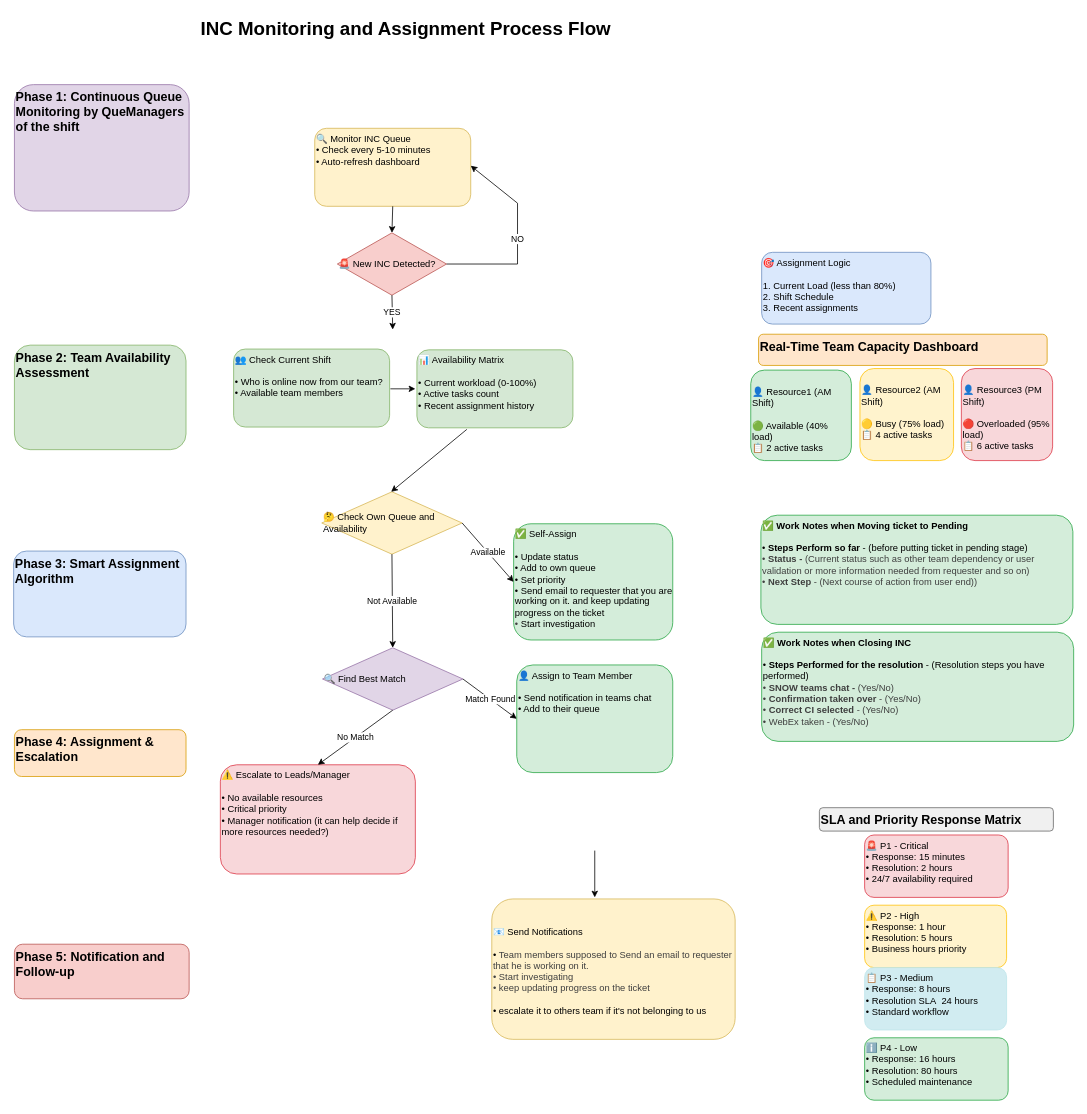
This is INC-Monitoring-Assignment.drawio from vilaswasnik/SnowINCProcess, a draw.io file, before an edit. Source tidied: cells renumbered, new cells numbered last; positions are measured from the earlier drawing's top-left corner, leaving out a move shared by most shapes. Both pictures are drawn from the tidied source at 78%, with x=0, y=0 at pixel (13, 13).
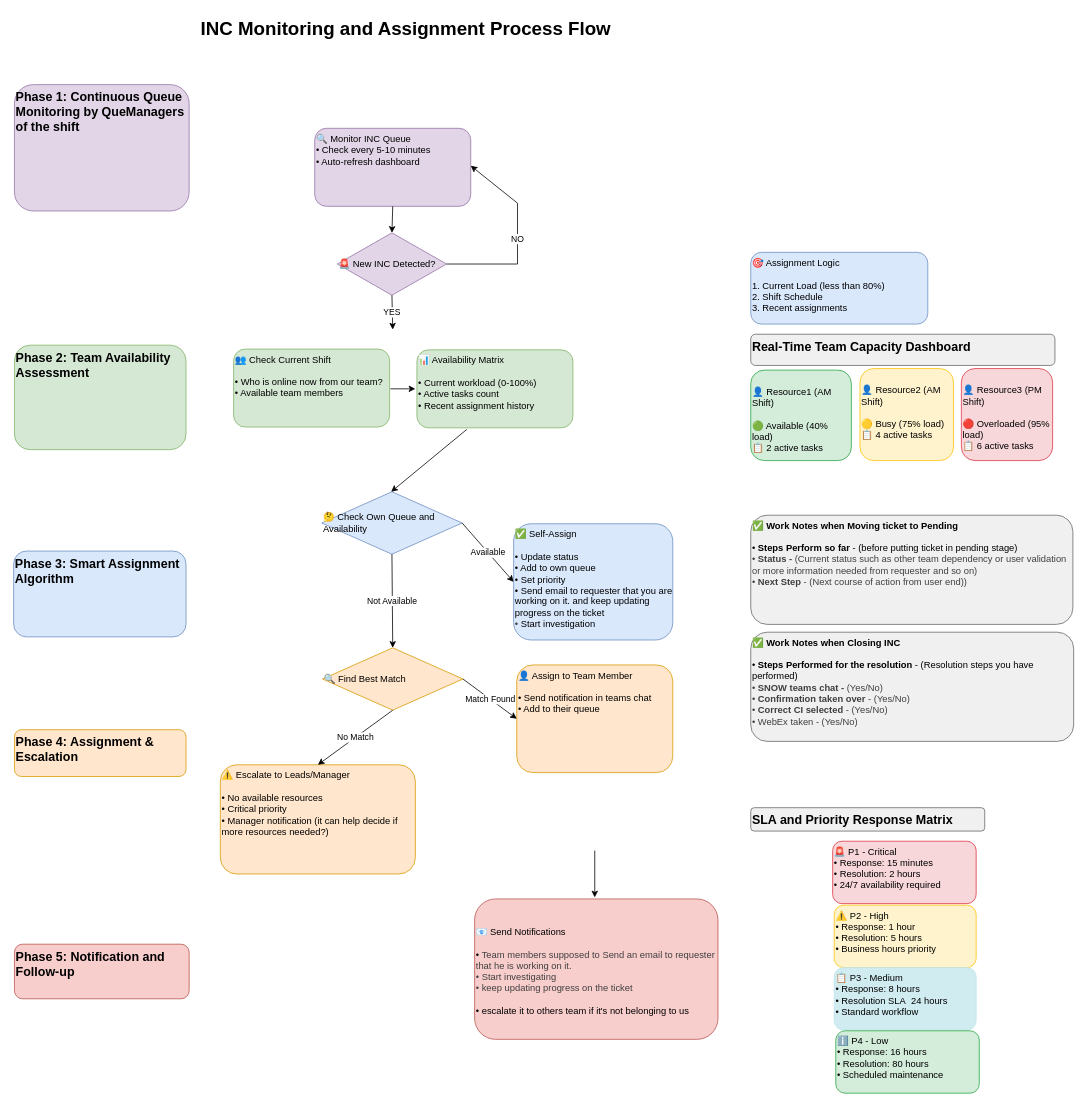
Above is the later version.

Commit message:
Align diagram colors by workflow phases

- Phase 1 (Queue Monitoring): Purple theme (#e1d5e7/#9673a6)
- Phase 2 (Team Assignment): Green theme (#d5e8d4/#82b366)
- Phase 3 (Self Check): Blue theme (#dae8fc/#6c8ebf)
- Phase 4 (Team Assignment): Orange theme (#ffe6cc/#d79b00)
- Phase 5 (Notification): Red/Pink theme (#f8cecc/#b85450)
- Reference info (work notes, SLA, capacity): Neutral gray theme (#f0f0f0/#666666)
- Team status blocks: Status-based colors (green/yellow/red for availability)

Diff of the diagram source:
```diff
@@
-    <mxCell id="4" value="🔍 Monitor INC Queue&lt;br&gt;• Check every 5-10 minutes&lt;br&gt;• Auto-refresh dashboard" style="rounded=1;whiteSpace=wrap;html=1;fillColor=#fff2cc;strokeColor=#d6b656;align=left;verticalAlign=top;" parent="1" vertex="1">
+    <mxCell id="4" value="🔍 Monitor INC Queue&lt;br&gt;• Check every 5-10 minutes&lt;br&gt;• Auto-refresh dashboard" style="rounded=1;whiteSpace=wrap;html=1;fillColor=#e1d5e7;strokeColor=#9673a6;align=left;verticalAlign=top;" parent="1" vertex="1">
       <mxGeometry x="386" y="147" width="200" height="100" as="geometry" />
     </mxCell>
-    <mxCell id="5" value="🚨 New INC Detected?" style="rhombus;whiteSpace=wrap;html=1;fillColor=#f8cecc;strokeColor=#b85450;align=left;verticalAlign=middle;" parent="1" vertex="1">
+    <mxCell id="5" value="🚨 New INC Detected?" style="rhombus;whiteSpace=wrap;html=1;fillColor=#e1d5e7;strokeColor=#9673a6;align=left;verticalAlign=middle;" parent="1" vertex="1">
       <mxGeometry x="415" y="281" width="140" height="80" as="geometry" />
     </mxCell>
@@
-    <mxCell id="10" value="🤔 Check Own Queue and Availability" style="rhombus;whiteSpace=wrap;html=1;fillColor=#fff2cc;strokeColor=#d6b656;align=left;verticalAlign=middle;" parent="1" vertex="1">
+    <mxCell id="10" value="🤔 Check Own Queue and Availability" style="rhombus;whiteSpace=wrap;html=1;fillColor=#dae8fc;strokeColor=#6c8ebf;align=left;verticalAlign=middle;" parent="1" vertex="1">
       <mxGeometry x="395" y="613" width="180" height="80" as="geometry" />
     </mxCell>
-    <mxCell id="11" value="✅ Self-Assign&lt;br&gt;&lt;br&gt;&lt;div&gt;• Update status&lt;br&gt;• Add to own queue&lt;br&gt;• Set priority&lt;br&gt;• Send email to requester that you are working on it. and keep updating progress on the ticket&amp;nbsp;&lt;/div&gt;&lt;div&gt;&lt;span style=&quot;color: rgb(63, 63, 63); background-color: transparent;&quot;&gt;•&amp;nbsp;&lt;/span&gt;Start investigation&lt;/div&gt;" style="rounded=1;whiteSpace=wrap;html=1;fillColor=#d4edda;strokeColor=#28a745;align=left;verticalAlign=top;" parent="1" vertex="1">
+    <mxCell id="11" value="✅ Self-Assign&lt;br&gt;&lt;br&gt;&lt;div&gt;• Update status&lt;br&gt;• Add to own queue&lt;br&gt;• Set priority&lt;br&gt;• Send email to requester that you are working on it. and keep updating progress on the ticket&amp;nbsp;&lt;/div&gt;&lt;div&gt;&lt;span style=&quot;color: rgb(63, 63, 63); background-color: transparent;&quot;&gt;•&amp;nbsp;&lt;/span&gt;Start investigation&lt;/div&gt;" style="rounded=1;whiteSpace=wrap;html=1;fillColor=#dae8fc;strokeColor=#6c8ebf;align=left;verticalAlign=top;" parent="1" vertex="1">
       <mxGeometry x="641" y="654" width="204" height="149" as="geometry" />
     </mxCell>
@@
-    <mxCell id="13" value="🔍 Find Best Match" style="rhombus;whiteSpace=wrap;html=1;fillColor=#e1d5e7;strokeColor=#9673a6;align=left;verticalAlign=middle;" parent="1" vertex="1">
+    <mxCell id="13" value="🔍 Find Best Match" style="rhombus;whiteSpace=wrap;html=1;fillColor=#ffe6cc;strokeColor=#d79b00;align=left;verticalAlign=middle;" parent="1" vertex="1">
       <mxGeometry x="396" y="813" width="180" height="80" as="geometry" />
     </mxCell>
@@
-    <mxCell id="15" value="👤 Assign to Team Member&lt;div&gt;&lt;font color=&quot;#000000&quot;&gt;&lt;br&gt;&lt;/font&gt;• Send notification in teams chat&lt;br&gt;• Add to their queue&lt;br&gt;&lt;/div&gt;&lt;div&gt;&lt;div style=&quot;color: rgb(63, 63, 63); scrollbar-color: rgb(226, 226, 226) rgb(251, 251, 251);&quot;&gt;&lt;br&gt;&lt;/div&gt;&lt;/div&gt;" style="rounded=1;whiteSpace=wrap;html=1;fillColor=#d4edda;strokeColor=#28a745;align=left;verticalAlign=top;" parent="1" vertex="1">
+    <mxCell id="15" value="👤 Assign to Team Member&lt;div&gt;&lt;font color=&quot;#000000&quot;&gt;&lt;br&gt;&lt;/font&gt;• Send notification in teams chat&lt;br&gt;• Add to their queue&lt;br&gt;&lt;/div&gt;&lt;div&gt;&lt;div style=&quot;color: rgb(63, 63, 63); scrollbar-color: rgb(226, 226, 226) rgb(251, 251, 251);&quot;&gt;&lt;br&gt;&lt;/div&gt;&lt;/div&gt;" style="rounded=1;whiteSpace=wrap;html=1;fillColor=#ffe6cc;strokeColor=#d79b00;align=left;verticalAlign=top;" parent="1" vertex="1">
       <mxGeometry x="645" y="835" width="200" height="138" as="geometry" />
     </mxCell>
-    <mxCell id="16" value="⚠️ Escalate to Leads/Manager&lt;div&gt;&lt;font color=&quot;#000000&quot;&gt;&lt;br&gt;&lt;/font&gt;• No available resources&lt;br&gt;• Critical priority&lt;br&gt;• Manager notification (it can help decide if more resources needed?)&lt;/div&gt;" style="rounded=1;whiteSpace=wrap;html=1;fillColor=#f8d7da;strokeColor=#dc3545;align=left;verticalAlign=top;" parent="1" vertex="1">
+    <mxCell id="16" value="⚠️ Escalate to Leads/Manager&lt;div&gt;&lt;font color=&quot;#000000&quot;&gt;&lt;br&gt;&lt;/font&gt;• No available resources&lt;br&gt;• Critical priority&lt;br&gt;• Manager notification (it can help decide if more resources needed?)&lt;/div&gt;" style="rounded=1;whiteSpace=wrap;html=1;fillColor=#ffe6cc;strokeColor=#d79b00;align=left;verticalAlign=top;" parent="1" vertex="1">
       <mxGeometry x="265" y="963" width="250" height="140" as="geometry" />
     </mxCell>
     <mxCell id="17" value="🎯 Assignment Logic&lt;div&gt;&lt;br&gt;1. Current Load (less than 80%)&lt;br&gt;2. Shift Schedule&lt;br&gt;3. Recent assignments&lt;/div&gt;" style="rounded=1;whiteSpace=wrap;html=1;fillColor=#dae8fc;strokeColor=#6c8ebf;align=left;verticalAlign=top;" parent="1" vertex="1">
-      <mxGeometry x="959" y="306" width="217" height="92" as="geometry" />
+      <mxGeometry x="945" y="306" width="227" height="92" as="geometry" />
     </mxCell>
-    <mxCell id="18" value="Real-Time Team Capacity Dashboard" style="rounded=1;whiteSpace=wrap;html=1;fontSize=16;fontStyle=1;fillColor=#ffe6cc;strokeColor=#d79b00;align=left;verticalAlign=top;" parent="1" vertex="1">
-      <mxGeometry x="955" y="411" width="370" height="40" as="geometry" />
+    <mxCell id="18" value="Real-Time Team Capacity Dashboard" style="rounded=1;whiteSpace=wrap;html=1;fontSize=16;fontStyle=1;fillColor=#f0f0f0;strokeColor=#666666;align=left;verticalAlign=top;" parent="1" vertex="1">
+      <mxGeometry x="945" y="411" width="390" height="40" as="geometry" />
     </mxCell>
@@
-    <mxCell id="23" value="&lt;div&gt;&lt;span style=&quot;background-color: transparent;&quot;&gt;&lt;br&gt;&lt;/span&gt;&lt;/div&gt;&lt;div&gt;&lt;span style=&quot;background-color: transparent;&quot;&gt;&lt;br&gt;&lt;/span&gt;&lt;/div&gt;&lt;div&gt;&lt;span style=&quot;background-color: transparent;&quot;&gt;📧 Send Notifications&lt;/span&gt;&lt;/div&gt;&lt;div&gt;&lt;font color=&quot;#000000&quot;&gt;&lt;br&gt;&lt;/font&gt;•&amp;nbsp;&lt;span style=&quot;color: rgb(63, 63, 63); background-color: transparent;&quot;&gt;Team members supposed to Send an email to requester that he is working on it.&lt;/span&gt;&lt;/div&gt;&lt;div&gt;&lt;span style=&quot;background-color: transparent; scrollbar-color: rgb(226, 226, 226) rgb(251, 251, 251); color: rgb(63, 63, 63);&quot;&gt;•&amp;nbsp;&lt;/span&gt;&lt;span style=&quot;background-color: transparent; color: rgb(63, 63, 63);&quot;&gt;Start investigating&lt;/span&gt;&lt;span style=&quot;background-color: transparent;&quot;&gt;&amp;nbsp;&lt;/span&gt;&lt;/div&gt;&lt;div&gt;&lt;span style=&quot;background-color: transparent; scrollbar-color: rgb(226, 226, 226) rgb(251, 251, 251); color: rgb(63, 63, 63);&quot;&gt;&lt;span style=&quot;color: rgb(63, 63, 63); background-color: transparent;&quot;&gt;•&amp;nbsp;&lt;/span&gt;keep updating progress on the ticket&lt;/span&gt;&lt;span style=&quot;background-color: transparent; scrollbar-color: rgb(226, 226, 226) rgb(251, 251, 251); color: rgb(63, 63, 63);&quot;&gt;&amp;nbsp;&lt;/span&gt;&lt;/div&gt;&lt;div&gt;&lt;div style=&quot;scrollbar-color: rgb(226, 226, 226) rgb(251, 251, 251); color: rgb(63, 63, 63);&quot;&gt;&lt;br&gt;&lt;/div&gt;• escalate it to others team if it's not belonging to us&lt;br&gt;&lt;br&gt;&lt;/div&gt;" style="rounded=1;whiteSpace=wrap;html=1;fillColor=#fff2cc;strokeColor=#d6b656;align=left;verticalAlign=top;" parent="1" vertex="1">
-      <mxGeometry x="613" y="1135" width="312" height="180" as="geometry" />
+    <mxCell id="23" value="&lt;div&gt;&lt;span style=&quot;background-color: transparent;&quot;&gt;&lt;br&gt;&lt;/span&gt;&lt;/div&gt;&lt;div&gt;&lt;span style=&quot;background-color: transparent;&quot;&gt;&lt;br&gt;&lt;/span&gt;&lt;/div&gt;&lt;div&gt;&lt;span style=&quot;background-color: transparent;&quot;&gt;📧 Send Notifications&lt;/span&gt;&lt;/div&gt;&lt;div&gt;&lt;font color=&quot;#000000&quot;&gt;&lt;br&gt;&lt;/font&gt;•&amp;nbsp;&lt;span style=&quot;color: rgb(63, 63, 63); background-color: transparent;&quot;&gt;Team members supposed to Send an email to requester that he is working on it.&lt;/span&gt;&lt;/div&gt;&lt;div&gt;&lt;span style=&quot;background-color: transparent; scrollbar-color: rgb(226, 226, 226) rgb(251, 251, 251); color: rgb(63, 63, 63);&quot;&gt;•&amp;nbsp;&lt;/span&gt;&lt;span style=&quot;background-color: transparent; color: rgb(63, 63, 63);&quot;&gt;Start investigating&lt;/span&gt;&lt;span style=&quot;background-color: transparent;&quot;&gt;&amp;nbsp;&lt;/span&gt;&lt;/div&gt;&lt;div&gt;&lt;span style=&quot;background-color: transparent; scrollbar-color: rgb(226, 226, 226) rgb(251, 251, 251); color: rgb(63, 63, 63);&quot;&gt;&lt;span style=&quot;color: rgb(63, 63, 63); background-color: transparent;&quot;&gt;•&amp;nbsp;&lt;/span&gt;keep updating progress on the ticket&lt;/span&gt;&lt;span style=&quot;background-color: transparent; scrollbar-color: rgb(226, 226, 226) rgb(251, 251, 251); color: rgb(63, 63, 63);&quot;&gt;&amp;nbsp;&lt;/span&gt;&lt;/div&gt;&lt;div&gt;&lt;div style=&quot;scrollbar-color: rgb(226, 226, 226) rgb(251, 251, 251); color: rgb(63, 63, 63);&quot;&gt;&lt;br&gt;&lt;/div&gt;• escalate it to others team if it's not belonging to us&lt;br&gt;&lt;br&gt;&lt;/div&gt;" style="rounded=1;whiteSpace=wrap;html=1;fillColor=#f8cecc;strokeColor=#b85450;align=left;verticalAlign=top;" parent="1" vertex="1">
+      <mxGeometry x="591" y="1135" width="312" height="180" as="geometry" />
     </mxCell>
     <mxCell id="24" value="SLA and Priority Response Matrix" style="rounded=1;whiteSpace=wrap;html=1;fontSize=16;fontStyle=1;fillColor=#f0f0f0;strokeColor=#666666;align=left;verticalAlign=top;" parent="1" vertex="1">
-      <mxGeometry x="1033" y="1018" width="300" height="30" as="geometry" />
+      <mxGeometry x="945" y="1018" width="300" height="30" as="geometry" />
     </mxCell>
     <mxCell id="25" value="🚨 P1 - Critical&lt;br&gt;• Response: 15 minutes&lt;br&gt;• Resolution: 2 hours&lt;br&gt;• 24/7 availability required" style="rounded=1;whiteSpace=wrap;html=1;fillColor=#f8d7da;strokeColor=#dc3545;align=left;verticalAlign=top;" parent="1" vertex="1">
-      <mxGeometry x="1091" y="1053" width="184" height="80" as="geometry" />
+      <mxGeometry x="1050" y="1061" width="184" height="80" as="geometry" />
     </mxCell>
     <mxCell id="26" value="⚠️ P2 - High&lt;br&gt;• Response: 1 hour&lt;br&gt;• Resolution: 5 hours&lt;br&gt;• Business hours priority" style="rounded=1;whiteSpace=wrap;html=1;fillColor=#fff3cd;strokeColor=#ffc107;align=left;verticalAlign=top;" parent="1" vertex="1">
-      <mxGeometry x="1091" y="1143" width="182" height="80" as="geometry" />
+      <mxGeometry x="1052" y="1143" width="182" height="80" as="geometry" />
     </mxCell>
     <mxCell id="27" value="📋 P3 - Medium&lt;br&gt;• Response: 8 hours&lt;br&gt;• Resolution SLA&amp;nbsp; 24 hours&lt;br&gt;• Standard workflow" style="rounded=1;whiteSpace=wrap;html=1;fillColor=#d1ecf1;strokeColor=#bee5eb;align=left;verticalAlign=top;" parent="1" vertex="1">
-      <mxGeometry x="1091" y="1223" width="182" height="80" as="geometry" />
+      <mxGeometry x="1052" y="1223" width="182" height="80" as="geometry" />
     </mxCell>
     <mxCell id="28" value="ℹ️ P4 - Low&lt;br&gt;• Response: 16 hours&lt;br&gt;• Resolution: 80 hours&lt;br&gt;• Scheduled maintenance" style="rounded=1;whiteSpace=wrap;html=1;fillColor=#d4edda;strokeColor=#28a745;align=left;verticalAlign=top;" parent="1" vertex="1">
-      <mxGeometry x="1091" y="1313" width="184" height="80" as="geometry" />
+      <mxGeometry x="1054" y="1304" width="184" height="80" as="geometry" />
     </mxCell>
@@
-    <mxCell id="38" value="✅&lt;b&gt; Work Notes when Moving ticket to Pending&lt;/b&gt;&lt;br&gt;&lt;br&gt;&lt;div&gt;• &lt;b&gt;Steps Perform so far&lt;/b&gt; - (before putting ticket in pending stage)&amp;nbsp;&lt;span style=&quot;white-space: pre;&quot;&gt;&#9;&lt;/span&gt;&lt;br&gt;&lt;/div&gt;&lt;div&gt;&lt;span style=&quot;color: rgb(63, 63, 63);&quot;&gt;• &lt;b&gt;Status -&lt;/b&gt; (Current status such as other team dependency or user validation or more information needed from requester and so on)&lt;/span&gt;&lt;/div&gt;&lt;div&gt;&lt;span style=&quot;background-color: transparent; color: rgb(63, 63, 63);&quot;&gt;• &lt;b&gt;Next Step&lt;/b&gt; - (Next course of action from user end))&lt;/span&gt;&lt;span style=&quot;background-color: transparent;&quot;&gt;&amp;nbsp;&lt;/span&gt;&lt;/div&gt;" style="rounded=1;whiteSpace=wrap;html=1;fillColor=#d4edda;strokeColor=#28a745;align=left;verticalAlign=top;" parent="1" vertex="1">
-      <mxGeometry x="958" y="643" width="400" height="140" as="geometry" />
+    <mxCell id="38" value="✅&lt;b&gt; Work Notes when Moving ticket to Pending&lt;/b&gt;&lt;br&gt;&lt;br&gt;&lt;div&gt;• &lt;b&gt;Steps Perform so far&lt;/b&gt; - (before putting ticket in pending stage)&amp;nbsp;&lt;span style=&quot;white-space: pre;&quot;&gt;&#9;&lt;/span&gt;&lt;br&gt;&lt;/div&gt;&lt;div&gt;&lt;span style=&quot;color: rgb(63, 63, 63);&quot;&gt;• &lt;b&gt;Status -&lt;/b&gt; (Current status such as other team dependency or user validation or more information needed from requester and so on)&lt;/span&gt;&lt;/div&gt;&lt;div&gt;&lt;span style=&quot;background-color: transparent; color: rgb(63, 63, 63);&quot;&gt;• &lt;b&gt;Next Step&lt;/b&gt; - (Next course of action from user end))&lt;/span&gt;&lt;span style=&quot;background-color: transparent;&quot;&gt;&amp;nbsp;&lt;/span&gt;&lt;/div&gt;" style="rounded=1;whiteSpace=wrap;html=1;fillColor=#f0f0f0;strokeColor=#666666;align=left;verticalAlign=top;" parent="1" vertex="1">
+      <mxGeometry x="945" y="643" width="413" height="140" as="geometry" />
     </mxCell>
-    <mxCell id="39" value="✅ &lt;b&gt;Work Notes when Closing INC&lt;/b&gt;&lt;br&gt;&lt;br&gt;&lt;div&gt;• &lt;b&gt;Steps Performed for the resolution&lt;/b&gt;&amp;nbsp;- (Resolution steps you have performed)&amp;nbsp;&lt;span style=&quot;white-space: pre;&quot;&gt;&#9;&lt;/span&gt;&lt;br&gt;&lt;/div&gt;&lt;div&gt;&lt;span style=&quot;color: rgb(63, 63, 63);&quot;&gt;• &lt;b&gt;SNOW teams chat -&lt;/b&gt; (Yes/No)&lt;/span&gt;&lt;/div&gt;&lt;div&gt;&lt;span style=&quot;background-color: transparent; color: rgb(63, 63, 63);&quot;&gt;• &lt;b&gt;Confirmation taken over&lt;/b&gt;&amp;nbsp;- (Yes/No)&lt;/span&gt;&lt;/div&gt;&lt;div&gt;&lt;span style=&quot;background-color: transparent; color: rgb(63, 63, 63);&quot;&gt;•&lt;/span&gt;&lt;span style=&quot;background-color: transparent; color: rgb(63, 63, 63);&quot;&gt;&amp;nbsp;&lt;/span&gt;&lt;b style=&quot;background-color: transparent; color: rgb(63, 63, 63); scrollbar-color: rgb(226, 226, 226) rgb(251, 251, 251);&quot;&gt;Correct CI selected &lt;/b&gt;&lt;span style=&quot;background-color: transparent; color: rgb(63, 63, 63);&quot;&gt;- (Yes/No)&lt;/span&gt;&lt;/div&gt;&lt;div&gt;&lt;span style=&quot;color: rgb(63, 63, 63);&quot;&gt;• WebEx taken - (Yes/No)&lt;/span&gt;&lt;span style=&quot;background-color: transparent; color: rgb(63, 63, 63);&quot;&gt;&lt;/span&gt;&lt;/div&gt;&lt;div&gt;&lt;span style=&quot;background-color: transparent;&quot;&gt;&amp;nbsp;&lt;/span&gt;&lt;/div&gt;" style="rounded=1;whiteSpace=wrap;html=1;fillColor=#d4edda;strokeColor=#28a745;align=left;verticalAlign=top;" parent="1" vertex="1">
-      <mxGeometry x="959" y="793" width="400" height="140" as="geometry" />
+    <mxCell id="39" value="✅ &lt;b&gt;Work Notes when Closing INC&lt;/b&gt;&lt;br&gt;&lt;br&gt;&lt;div&gt;• &lt;b&gt;Steps Performed for the resolution&lt;/b&gt;&amp;nbsp;- (Resolution steps you have performed)&amp;nbsp;&lt;span style=&quot;white-space: pre;&quot;&gt;&#9;&lt;/span&gt;&lt;br&gt;&lt;/div&gt;&lt;div&gt;&lt;span style=&quot;color: rgb(63, 63, 63);&quot;&gt;• &lt;b&gt;SNOW teams chat -&lt;/b&gt; (Yes/No)&lt;/span&gt;&lt;/div&gt;&lt;div&gt;&lt;span style=&quot;background-color: transparent; color: rgb(63, 63, 63);&quot;&gt;• &lt;b&gt;Confirmation taken over&lt;/b&gt;&amp;nbsp;- (Yes/No)&lt;/span&gt;&lt;/div&gt;&lt;div&gt;&lt;span style=&quot;background-color: transparent; color: rgb(63, 63, 63);&quot;&gt;•&lt;/span&gt;&lt;span style=&quot;background-color: transparent; color: rgb(63, 63, 63);&quot;&gt;&amp;nbsp;&lt;/span&gt;&lt;b style=&quot;background-color: transparent; color: rgb(63, 63, 63); scrollbar-color: rgb(226, 226, 226) rgb(251, 251, 251);&quot;&gt;Correct CI selected &lt;/b&gt;&lt;span style=&quot;background-color: transparent; color: rgb(63, 63, 63);&quot;&gt;- (Yes/No)&lt;/span&gt;&lt;/div&gt;&lt;div&gt;&lt;span style=&quot;color: rgb(63, 63, 63);&quot;&gt;• WebEx taken - (Yes/No)&lt;/span&gt;&lt;span style=&quot;background-color: transparent; color: rgb(63, 63, 63);&quot;&gt;&lt;/span&gt;&lt;/div&gt;&lt;div&gt;&lt;span style=&quot;background-color: transparent;&quot;&gt;&amp;nbsp;&lt;/span&gt;&lt;/div&gt;" style="rounded=1;whiteSpace=wrap;html=1;fillColor=#f0f0f0;strokeColor=#666666;align=left;verticalAlign=top;" parent="1" vertex="1">
+      <mxGeometry x="945" y="793" width="414" height="140" as="geometry" />
     </mxCell>
```
